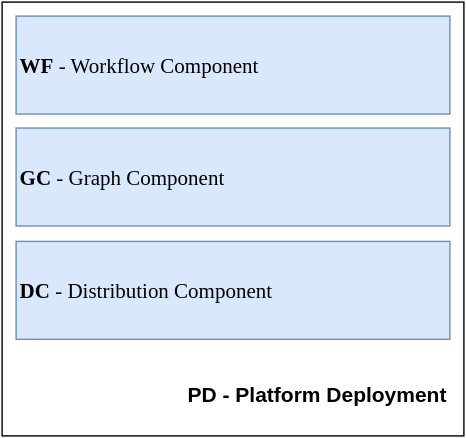
The draw.io diagram images/platform_architecture.svg in ATTX-project/ATTX-project.github.io, before a commit. Source tidied: cells renumbered, new cells last; positions are measured from the earlier drawing's top-left corner, leaving out a move shared by most shapes. Its diagram source:
```xml
<mxGraphModel background="#ffffff">
  <root>
    <mxCell id="0" />
    <mxCell id="1" parent="0" />
    <mxCell id="2" style="whiteSpace=wrap;html=1;rounded=0;strokeWidth=1;fillColor=#ffffff;fontFamily=Verdana;fontSize=9;fontColor=#FFFFFF;strokeColor=#000000;" parent="1" vertex="1">
      <mxGeometry width="330" height="310" as="geometry" />
    </mxCell>
    <mxCell id="3" value="PD - Platform Deployment" style="text;html=1;fontSize=15;fontStyle=1;verticalAlign=middle;align=right;rounded=0;strokeWidth=1;fillColor=#ffffff;strokeColor=none;" parent="1" vertex="1">
      <mxGeometry x="10" y="260" width="310" height="40" as="geometry" />
    </mxCell>
    <mxCell id="4" value="&lt;font style=&quot;font-size: 15px&quot; color=&quot;#000000&quot;&gt;&lt;b&gt;WF&lt;/b&gt; - Workflow Component&lt;/font&gt;" style="whiteSpace=wrap;html=1;rounded=0;strokeWidth=1;fillColor=#dae8fc;fontFamily=Verdana;fontSize=15;fontColor=#FFFFFF;strokeColor=#6c8ebf;align=left;" parent="1" vertex="1">
      <mxGeometry x="10" y="10" width="310" height="70" as="geometry" />
    </mxCell>
    <mxCell id="5" value="&lt;font style=&quot;font-size: 15px&quot; color=&quot;#000000&quot;&gt;&lt;b&gt;GC &lt;/b&gt;- Graph Component&lt;/font&gt;" style="whiteSpace=wrap;html=1;rounded=0;strokeWidth=1;fillColor=#dae8fc;fontFamily=Verdana;fontSize=15;fontColor=#FFFFFF;strokeColor=#6c8ebf;align=left;" parent="1" vertex="1">
      <mxGeometry x="10" y="90" width="310" height="70" as="geometry" />
    </mxCell>
    <mxCell id="6" value="&lt;font style=&quot;font-size: 15px&quot; color=&quot;#000000&quot;&gt;&lt;b&gt;DC&lt;/b&gt; - Distribution Component&lt;/font&gt;" style="whiteSpace=wrap;html=1;rounded=0;strokeWidth=1;fillColor=#dae8fc;fontFamily=Verdana;fontSize=15;fontColor=#FFFFFF;strokeColor=#6c8ebf;align=left;" parent="1" vertex="1">
      <mxGeometry x="10" y="171" width="310" height="70" as="geometry" />
    </mxCell>
  </root>
</mxGraphModel>
```
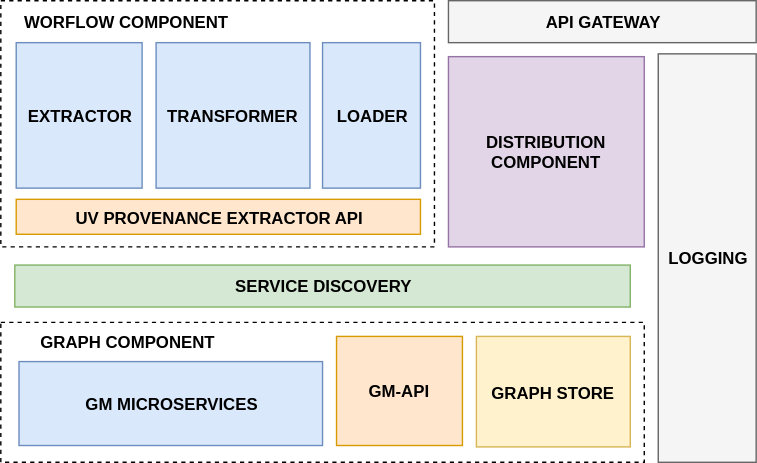
Above is the later version.

Commit message:
ATTX-project/ATTX-project.github.io#40 arhitecture review

The edit, as a diff of the source:
```diff
@@ -2,20 +2,50 @@
   <root>
     <mxCell id="0" />
     <mxCell id="1" parent="0" />
-    <mxCell id="2" style="whiteSpace=wrap;html=1;rounded=0;strokeWidth=1;fillColor=#ffffff;fontFamily=Verdana;fontSize=9;fontColor=#FFFFFF;strokeColor=#000000;" parent="1" vertex="1">
-      <mxGeometry width="330" height="310" as="geometry" />
-    </mxCell>
-    <mxCell id="3" value="PD - Platform Deployment" style="text;html=1;fontSize=15;fontStyle=1;verticalAlign=middle;align=right;rounded=0;strokeWidth=1;fillColor=#ffffff;strokeColor=none;" parent="1" vertex="1">
-      <mxGeometry x="10" y="260" width="310" height="40" as="geometry" />
+    <mxCell id="3" value="&lt;b&gt;SERVICE DISCOVERY&lt;/b&gt;" style="whiteSpace=wrap;html=1;fillColor=#d5e8d4;strokeColor=#82b366;" parent="1" vertex="1">
+      <mxGeometry y="189" width="440" height="30" as="geometry" />
     </mxCell>
-    <mxCell id="4" value="&lt;font style=&quot;font-size: 15px&quot; color=&quot;#000000&quot;&gt;&lt;b&gt;WF&lt;/b&gt; - Workflow Component&lt;/font&gt;" style="whiteSpace=wrap;html=1;rounded=0;strokeWidth=1;fillColor=#dae8fc;fontFamily=Verdana;fontSize=15;fontColor=#FFFFFF;strokeColor=#6c8ebf;align=left;" parent="1" vertex="1">
-      <mxGeometry x="10" y="10" width="310" height="70" as="geometry" />
-    </mxCell>
-    <mxCell id="5" value="&lt;font style=&quot;font-size: 15px&quot; color=&quot;#000000&quot;&gt;&lt;b&gt;GC &lt;/b&gt;- Graph Component&lt;/font&gt;" style="whiteSpace=wrap;html=1;rounded=0;strokeWidth=1;fillColor=#dae8fc;fontFamily=Verdana;fontSize=15;fontColor=#FFFFFF;strokeColor=#6c8ebf;align=left;" parent="1" vertex="1">
-      <mxGeometry x="10" y="90" width="310" height="70" as="geometry" />
-    </mxCell>
-    <mxCell id="6" value="&lt;font style=&quot;font-size: 15px&quot; color=&quot;#000000&quot;&gt;&lt;b&gt;DC&lt;/b&gt; - Distribution Component&lt;/font&gt;" style="whiteSpace=wrap;html=1;rounded=0;strokeWidth=1;fillColor=#dae8fc;fontFamily=Verdana;fontSize=15;fontColor=#FFFFFF;strokeColor=#6c8ebf;align=left;" parent="1" vertex="1">
-      <mxGeometry x="10" y="171" width="310" height="70" as="geometry" />
+    <mxCell id="6" value="&lt;b&gt;GRAPH STORE&lt;/b&gt;" style="whiteSpace=wrap;html=1;fillColor=#fff2cc;strokeColor=#d6b656;" parent="1" vertex="1">
+      <mxGeometry x="330" y="240" width="110" height="79" as="geometry" />
     </mxCell>
+    <mxCell id="7" style="whiteSpace=wrap;html=1;fillColor=none;dashed=1;" parent="1" vertex="1">
+      <mxGeometry x="-10" y="230" width="460" height="100" as="geometry" />
+    </mxCell>
+    <mxCell id="8" value="GRAPH COMPONENT" style="text;html=1;strokeColor=none;fillColor=none;align=center;verticalAlign=middle;whiteSpace=wrap;dashed=1;fontStyle=1;" parent="1" vertex="1">
+      <mxGeometry y="234" width="160" height="20" as="geometry" />
+    </mxCell>
+    <mxCell id="9" value="&lt;b&gt;EXTRACTOR&lt;/b&gt;" style="whiteSpace=wrap;html=1;fillColor=#dae8fc;strokeColor=#6c8ebf;" parent="1" vertex="1">
+      <mxGeometry x="1" y="30" width="90" height="104" as="geometry" />
+    </mxCell>
+    <mxCell id="10" value="&lt;b&gt;LOADER&lt;/b&gt;" style="whiteSpace=wrap;html=1;fillColor=#dae8fc;strokeColor=#6c8ebf;" parent="1" vertex="1">
+      <mxGeometry x="220" y="30" width="70" height="104" as="geometry" />
+    </mxCell>
+    <mxCell id="11" style="whiteSpace=wrap;html=1;fillColor=none;dashed=1;" parent="1" vertex="1">
+      <mxGeometry x="-10" width="310" height="176" as="geometry" />
+    </mxCell>
+    <mxCell id="12" value="WORFLOW COMPONENT" style="text;html=1;strokeColor=none;fillColor=none;align=center;verticalAlign=middle;whiteSpace=wrap;dashed=1;fontStyle=1;" parent="1" vertex="1">
+      <mxGeometry y="5" width="160" height="20" as="geometry" />
+    </mxCell>
+    <mxCell id="13" value="&lt;b&gt;TRANSFORMER&lt;/b&gt;" style="whiteSpace=wrap;html=1;fillColor=#dae8fc;strokeColor=#6c8ebf;" parent="1" vertex="1">
+      <mxGeometry x="101" y="30" width="110" height="104" as="geometry" />
+    </mxCell>
+    <mxCell id="14" value="&lt;b&gt;DISTRIBUTION COMPONENT&lt;/b&gt;" style="whiteSpace=wrap;html=1;fillColor=#e1d5e7;strokeColor=#9673a6;" parent="1" vertex="1">
+      <mxGeometry x="310" y="40" width="140" height="136" as="geometry" />
+    </mxCell>
+    <mxCell id="15" value="&lt;b&gt;GM-API&lt;/b&gt;" style="whiteSpace=wrap;html=1;fillColor=#ffe6cc;strokeColor=#d79b00;" parent="1" vertex="1">
+      <mxGeometry x="230" y="240" width="90" height="78" as="geometry" />
+    </mxCell>
+    <mxCell id="16" value="&lt;b&gt;GM MICROSERVICES&lt;/b&gt;" style="whiteSpace=wrap;html=1;fillColor=#dae8fc;strokeColor=#6c8ebf;" parent="1" vertex="1">
+      <mxGeometry x="3" y="258" width="217" height="60" as="geometry" />
+    </mxCell>
+    <mxCell id="17" value="&lt;b&gt;UV PROVENANCE EXTRACTOR API&lt;/b&gt;" style="whiteSpace=wrap;html=1;fillColor=#ffe6cc;strokeColor=#d79b00;" parent="1" vertex="1">
+      <mxGeometry x="1" y="142" width="289" height="25" as="geometry" />
+    </mxCell>
+    <mxCell id="18" value="LOGGING" style="whiteSpace=wrap;html=1;fillColor=#f5f5f5;strokeColor=#666666;fontStyle=1;" parent="1" vertex="1">
+      <mxGeometry x="460" y="38" width="70" height="292" as="geometry" />
+    </mxCell>
+    <mxCell id="19" value="&lt;b&gt;API GATEWAY&lt;/b&gt;" style="whiteSpace=wrap;html=1;fillColor=#f5f5f5;strokeColor=#666666;" parent="1" vertex="1">
+      <mxGeometry x="310" width="220" height="30" as="geometry" />
+    </mxCell>
   </root>
 </mxGraphModel>
```
